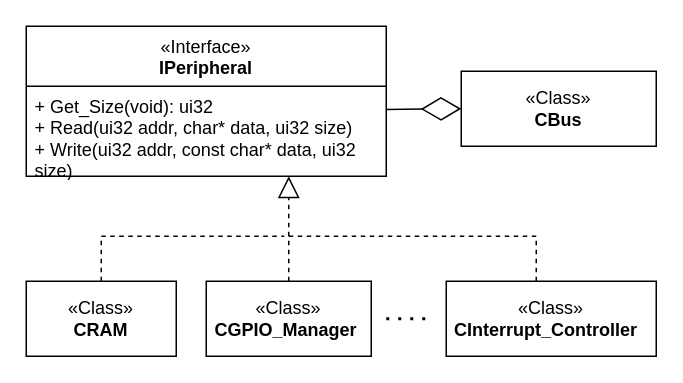
This is docs/diagrams/peripherals/peripheral_interface.drawio from silhavyj/ZeroMate, a draw.io file, before an edit. Source tidied: cells renumbered, new cells numbered last; positions are measured from the earlier drawing's top-left corner, leaving out a move shared by most shapes. Both pictures are drawn from the tidied source at 150%, with x=0, y=0 at pixel (26, 26).
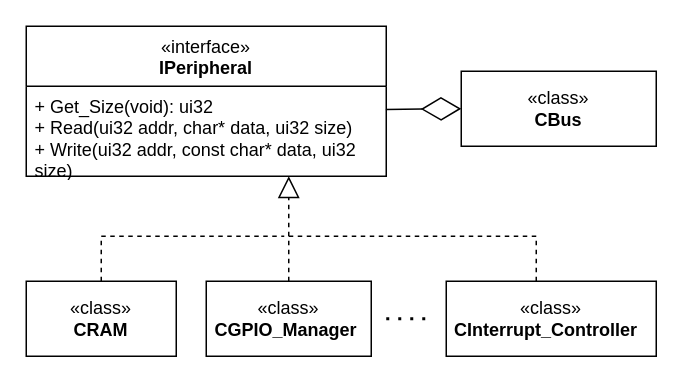
Above is the later version.

Change to the diagram source:
```diff
@@
 <mxGraphModel>
   <root>
     <mxCell id="0" />
     <mxCell id="1" parent="0" />
-    <mxCell id="2" value="«Class»&lt;br&gt;&lt;b&gt;CBus&lt;/b&gt;" style="html=1;whiteSpace=wrap;fontFamily=Computer Modern;" parent="1" vertex="1">
+    <mxCell id="2" value="«class»&lt;br&gt;&lt;b&gt;CBus&lt;/b&gt;" style="html=1;whiteSpace=wrap;fontFamily=Computer Modern;" parent="1" vertex="1">
       <mxGeometry x="290" y="30" width="130" height="50" as="geometry" />
     </mxCell>
-    <mxCell id="3" value="«Class»&lt;br&gt;&lt;b&gt;CRAM&lt;/b&gt;" style="html=1;whiteSpace=wrap;fontFamily=Computer Modern;" parent="1" vertex="1">
+    <mxCell id="3" value="«class»&lt;br&gt;&lt;b&gt;CRAM&lt;/b&gt;" style="html=1;whiteSpace=wrap;fontFamily=Computer Modern;" parent="1" vertex="1">
       <mxGeometry y="170" width="100" height="50" as="geometry" />
     </mxCell>
-    <mxCell id="4" value="«Class»&lt;br&gt;&lt;b&gt;CGPIO_Manager&amp;nbsp;&lt;/b&gt;" style="html=1;whiteSpace=wrap;fontFamily=Computer Modern;" parent="1" vertex="1">
+    <mxCell id="4" value="«class»&lt;br&gt;&lt;b&gt;CGPIO_Manager&amp;nbsp;&lt;/b&gt;" style="html=1;whiteSpace=wrap;fontFamily=Computer Modern;" parent="1" vertex="1">
       <mxGeometry x="120" y="170" width="110" height="50" as="geometry" />
     </mxCell>
-    <mxCell id="5" value="«Class»&lt;br&gt;&lt;b&gt;CInterrupt_Controller&amp;nbsp;&amp;nbsp;&lt;/b&gt;" style="html=1;whiteSpace=wrap;fontFamily=Computer Modern;" parent="1" vertex="1">
+    <mxCell id="5" value="«class»&lt;br&gt;&lt;b&gt;CInterrupt_Controller&amp;nbsp;&amp;nbsp;&lt;/b&gt;" style="html=1;whiteSpace=wrap;fontFamily=Computer Modern;" parent="1" vertex="1">
       <mxGeometry x="280" y="170" width="140" height="50" as="geometry" />
     </mxCell>
     <mxCell id="6" style="endArrow=diamondThin;endFill=0;endSize=24;html=1;rounded=0;entryX=0;entryY=0.5;entryDx=0;entryDy=0;exitX=0.999;exitY=0.257;exitDx=0;exitDy=0;exitPerimeter=0;" parent="1" edge="1" source="12" target="2">
       <mxGeometry relative="1" as="geometry" />
     </mxCell>
     <mxCell id="7" style="endArrow=block;dashed=1;endFill=0;endSize=12;html=1;rounded=0;entryX=0.5;entryY=1;entryDx=0;entryDy=0;exitX=0.5;exitY=0;exitDx=0;exitDy=0;" parent="1" edge="1" source="4">
       <mxGeometry relative="1" as="geometry">
         <mxPoint x="175" y="100" as="targetPoint" />
       </mxGeometry>
     </mxCell>
     <mxCell id="8" style="endArrow=none;dashed=1;html=1;rounded=0;exitX=0.5;exitY=0;exitDx=0;exitDy=0;" parent="1" edge="1" source="3">
       <mxGeometry relative="1" as="geometry">
         <mxPoint x="170" y="140" as="targetPoint" />
         <Array as="points">
           <mxPoint x="50" y="140" />
         </Array>
       </mxGeometry>
     </mxCell>
     <mxCell id="9" style="endArrow=none;dashed=1;html=1;rounded=0;" parent="1" edge="1">
       <mxGeometry relative="1" as="geometry">
         <mxPoint x="340" y="170" as="sourcePoint" />
         <mxPoint x="170" y="140" as="targetPoint" />
         <Array as="points">
           <mxPoint x="340" y="140" />
         </Array>
       </mxGeometry>
     </mxCell>
     <mxCell id="10" style="endArrow=none;dashed=1;html=1;dashPattern=1 3;strokeWidth=2;rounded=0;" parent="1" edge="1">
       <mxGeometry relative="1" as="geometry">
         <mxPoint x="240" y="195" as="sourcePoint" />
         <mxPoint x="270" y="195" as="targetPoint" />
       </mxGeometry>
     </mxCell>
-    <mxCell id="11" value="&lt;span style=&quot;font-weight: normal;&quot;&gt;«Interface»&lt;/span&gt;&lt;br&gt;IPeripheral" style="swimlane;fontStyle=1;align=center;verticalAlign=top;horizontal=1;startSize=40;whiteSpace=wrap;html=1;fontFamily=Computer Modern;" parent="1" vertex="1">
+    <mxCell id="11" value="&lt;span style=&quot;font-weight: normal;&quot;&gt;«interface»&lt;/span&gt;&lt;br&gt;IPeripheral" style="swimlane;fontStyle=1;align=center;verticalAlign=top;horizontal=1;startSize=40;whiteSpace=wrap;html=1;fontFamily=Computer Modern;" parent="1" vertex="1">
       <mxGeometry width="240" height="100" as="geometry" />
     </mxCell>
     <mxCell id="12" value="+ Get_Size(void): ui32&lt;br&gt;+ Read(ui32 addr, char* data, ui32 size)&lt;br&gt;+ Write(ui32 addr, const char* data, ui32 size)" style="text;strokeColor=none;fillColor=none;align=left;verticalAlign=top;spacingLeft=4;spacingRight=4;overflow=hidden;points=[[0,0.5],[1,0.5]];portConstraint=eastwest;whiteSpace=wrap;html=1;fontFamily=Computer Modern;" parent="11" vertex="1">
       <mxGeometry y="40" width="240" height="60" as="geometry" />
     </mxCell>
   </root>
 </mxGraphModel>
```
